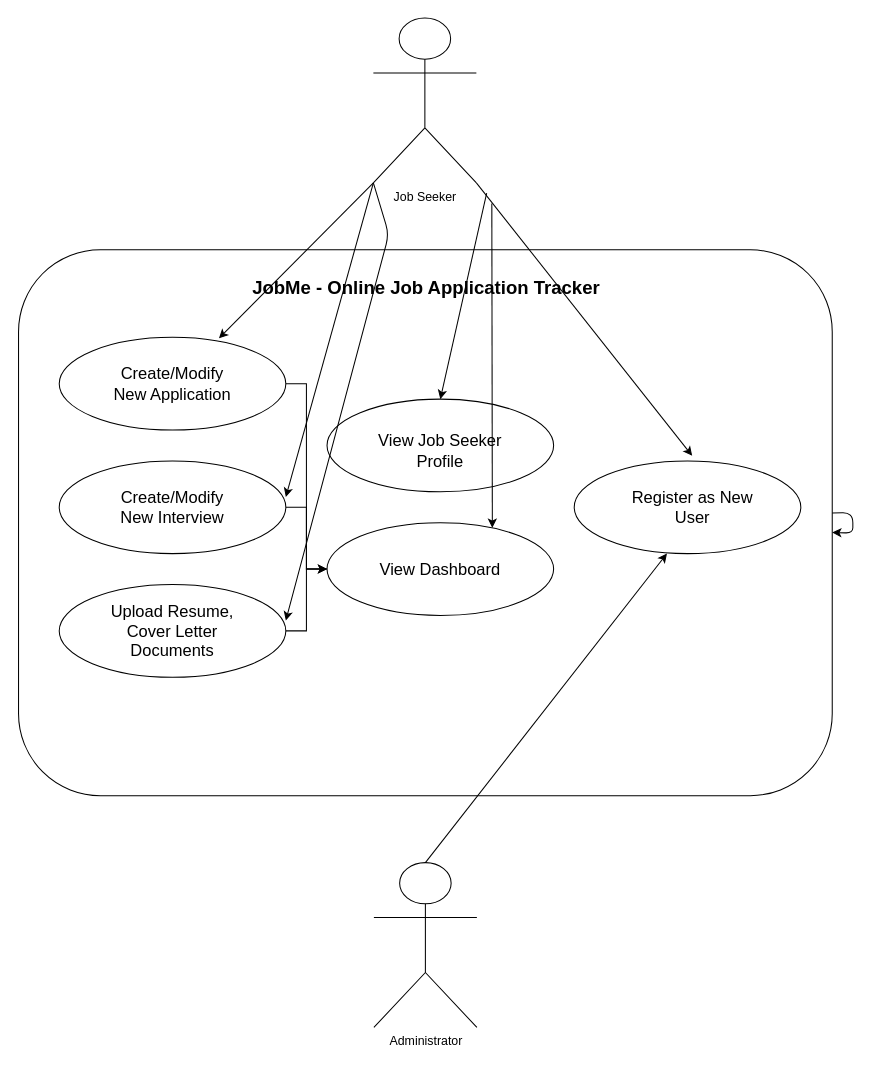
Earlier version of the draw.io diagram Use_Case_UML.drawio (helenewillits/JobMe). Source tidied: cells renumbered, new cells numbered last; positions are measured from the earlier drawing's top-left corner, leaving out a move shared by most shapes. Both pictures are drawn from the tidied source at 103%, with x=0, y=0 at pixel (18, 18).
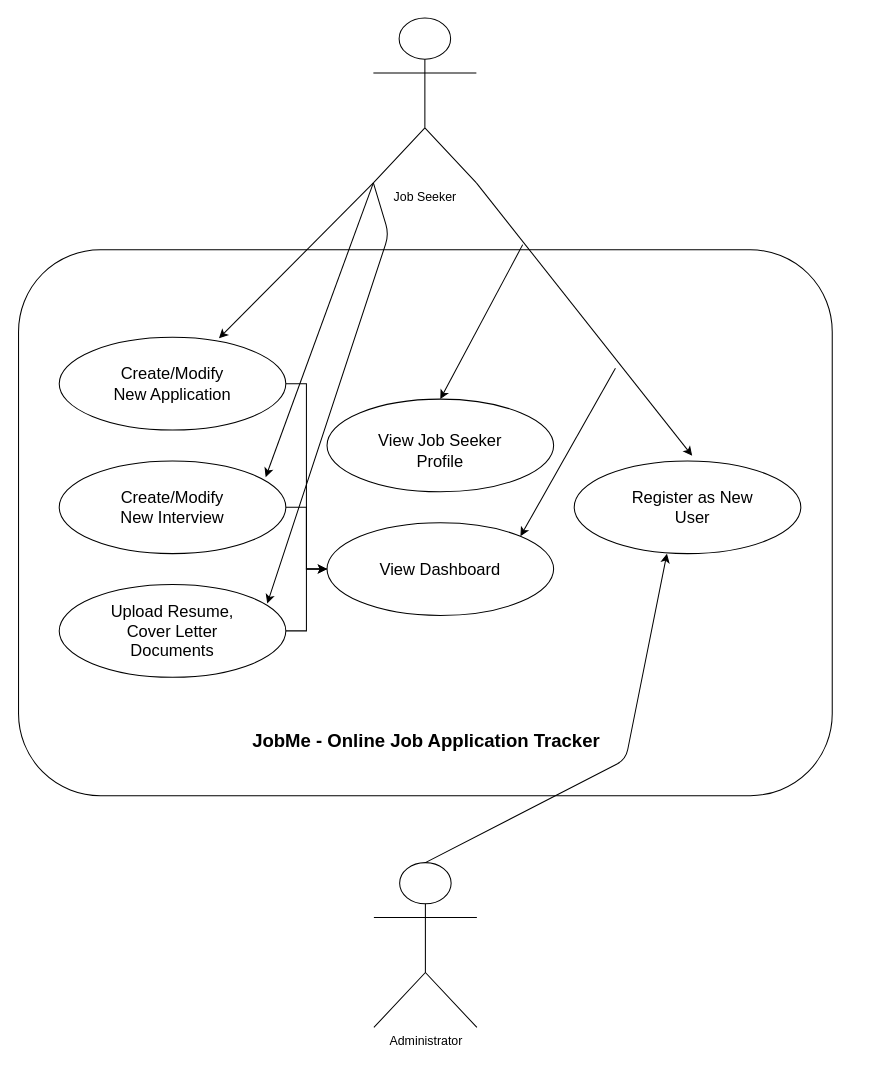
Above is the later version.

The change refers to these unchanged cells:
```xml
<mxCell id="2" style="rounded=1;whiteSpace=wrap;html=1;" parent="1" vertex="1">
  <mxGeometry x="0.5" y="225" width="790" height="530" as="geometry" />
</mxCell>
<mxCell id="3" value="Job Seeker" style="shape=umlActor;verticalLabelPosition=bottom;verticalAlign=top;html=1;outlineConnect=0;" parent="1" vertex="1">
  <mxGeometry x="345" width="100" height="160" as="geometry" />
</mxCell>
<mxCell id="4" value="Administrator" style="shape=umlActor;verticalLabelPosition=bottom;verticalAlign=top;html=1;outlineConnect=0;" parent="1" vertex="1">
  <mxGeometry x="345.5" y="820" width="100" height="160" as="geometry" />
</mxCell>
<mxCell id="10" style="ellipse;whiteSpace=wrap;html=1;" parent="1" vertex="1">
  <mxGeometry x="40" y="430" width="220" height="90" as="geometry" />
</mxCell>
<mxCell id="12" style="ellipse;whiteSpace=wrap;html=1;" parent="1" vertex="1">
  <mxGeometry x="40" y="550" width="220" height="90" as="geometry" />
</mxCell>
<mxCell id="13" style="ellipse;whiteSpace=wrap;html=1;" parent="1" vertex="1">
  <mxGeometry x="300" y="490" width="220" height="90" as="geometry" />
</mxCell>
<mxCell id="17" style="ellipse;whiteSpace=wrap;html=1;" parent="1" vertex="1">
  <mxGeometry x="300" y="370" width="220" height="90" as="geometry" />
</mxCell>
```

The edit, as a diff of the source:
```diff
@@
     <mxCell id="5" value="&lt;font style=&quot;font-size: 18px&quot;&gt;JobMe - Online Job Application Tracker&lt;/font&gt;" style="text;strokeColor=none;fillColor=none;html=1;fontSize=24;fontStyle=1;verticalAlign=middle;align=center;" parent="1" vertex="1">
-      <mxGeometry x="223" y="250" width="345" height="20" as="geometry" />
+      <mxGeometry x="223" y="690" width="345" height="20" as="geometry" />
     </mxCell>
@@
     <mxCell id="21" style="endArrow=classic;html=1;exitX=0.5;exitY=0;exitDx=0;exitDy=0;exitPerimeter=0;" parent="1" edge="1" source="4">
       <mxGeometry relative="1" as="geometry">
         <mxPoint x="630" y="520" as="targetPoint" />
+        <Array as="points">
+          <mxPoint x="590" y="720" />
+        </Array>
       </mxGeometry>
     </mxCell>
@@
-    <mxCell id="23" style="endArrow=classic;html=1;exitX=1;exitY=1;exitDx=0;exitDy=0;exitPerimeter=0;entryX=0.5;entryY=0;entryDx=0;entryDy=0;" parent="1" edge="1" target="17">
+    <mxCell id="23" style="endArrow=classic;html=1;entryX=0.5;entryY=0;entryDx=0;entryDy=0;" parent="1" edge="1" target="17">
       <mxGeometry relative="1" as="geometry">
-        <mxPoint x="455" y="170" as="sourcePoint" />
+        <mxPoint x="490" y="220" as="sourcePoint" />
       </mxGeometry>
     </mxCell>
@@
-    <mxCell id="25" style="endArrow=classic;html=1;exitX=0;exitY=1;exitDx=0;exitDy=0;exitPerimeter=0;" parent="1" edge="1" source="3">
-      <mxGeometry relative="1" as="geometry">
-        <mxPoint x="260" y="465" as="targetPoint" />
-      </mxGeometry>
+    <mxCell id="25" style="endArrow=classic;html=1;exitX=0;exitY=1;exitDx=0;exitDy=0;exitPerimeter=0;entryX=0.911;entryY=0.175;entryDx=0;entryDy=0;entryPerimeter=0;" parent="1" edge="1" source="3" target="10">
+      <mxGeometry relative="1" as="geometry" />
     </mxCell>
-    <mxCell id="26" style="endArrow=classic;html=1;exitX=0;exitY=1;exitDx=0;exitDy=0;exitPerimeter=0;" parent="1" edge="1" source="3">
+    <mxCell id="26" style="endArrow=classic;html=1;exitX=0;exitY=1;exitDx=0;exitDy=0;exitPerimeter=0;entryX=0.918;entryY=0.206;entryDx=0;entryDy=0;entryPerimeter=0;" parent="1" edge="1" source="3" target="12">
       <mxGeometry relative="1" as="geometry">
-        <mxPoint x="260" y="585" as="targetPoint" />
         <Array as="points">
           <mxPoint x="360" y="210" />
         </Array>
       </mxGeometry>
     </mxCell>
-    <mxCell id="27" style="endArrow=classic;html=1;" parent="1" edge="1">
+    <mxCell id="27" style="endArrow=classic;html=1;entryX=1;entryY=0;entryDx=0;entryDy=0;" parent="1" edge="1" target="13">
       <mxGeometry relative="1" as="geometry">
-        <mxPoint x="460" y="180" as="sourcePoint" />
-        <mxPoint x="460.5" y="495" as="targetPoint" />
+        <mxPoint x="580" y="340" as="sourcePoint" />
       </mxGeometry>
     </mxCell>
-    <mxCell id="28" style="endArrow=classic;html=1;" parent="1" edge="1" source="2" target="2">
-      <mxGeometry relative="1" as="geometry" />
-    </mxCell>
```
